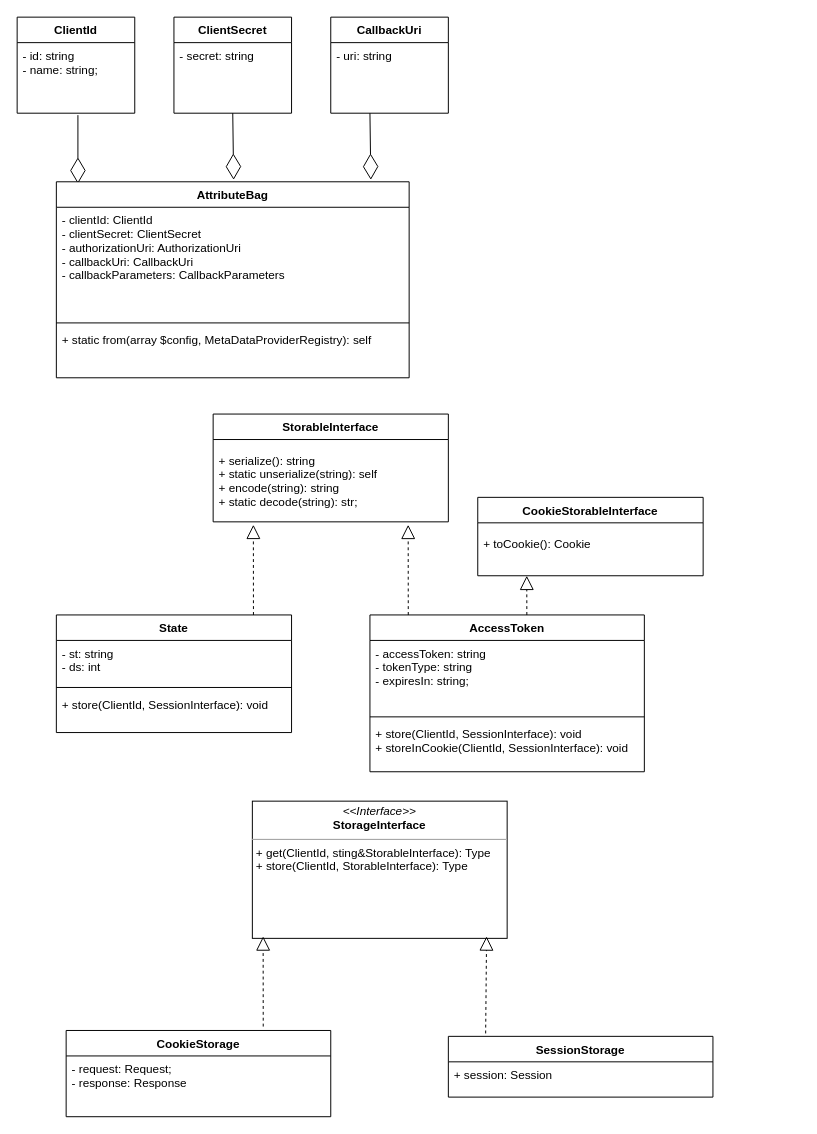
andrzej-pakula/oauth-api-connector-bundle keeps this draw.io diagram as page "attributes" (3 of 4) of oauth.drawio. Above is the earlier version. Source tidied: cells renumbered, new cells numbered last; positions are measured from the earlier drawing's top-left corner, leaving out a move shared by most shapes. Both pictures are drawn from the tidied source at 98%, with x=0, y=0 at pixel (17, 17).
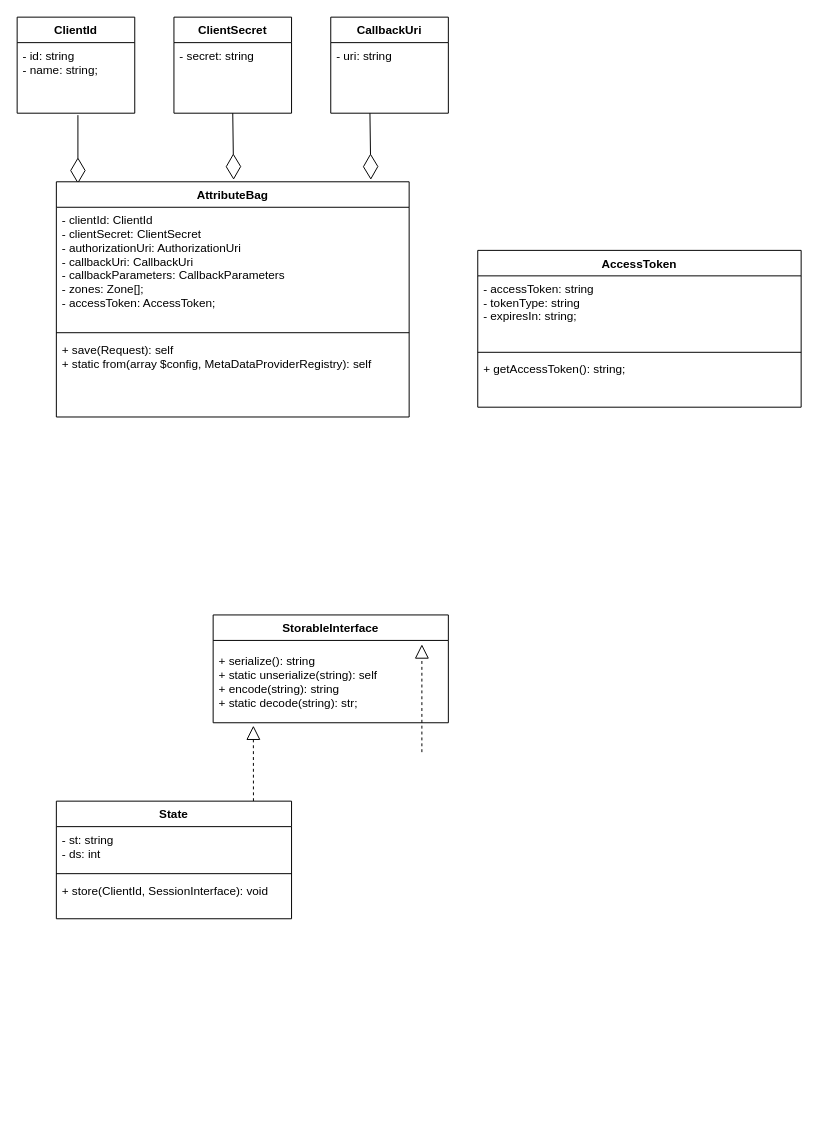
The same page after the edit.

The edit, as a diff of the source:
```diff
@@
     <mxCell id="15" value="AttributeBag" style="swimlane;fontStyle=1;align=center;verticalAlign=top;horizontal=1;startSize=26;strokeColor=#000000;" parent="1" vertex="1">
-      <mxGeometry x="40" y="168" width="360" height="200" as="geometry" />
+      <mxGeometry x="40" y="168" width="360" height="240" as="geometry" />
     </mxCell>
-    <mxCell id="16" value="- clientId: ClientId&#10;- clientSecret: ClientSecret&#10;- authorizationUri: AuthorizationUri&#10;- callbackUri: CallbackUri&#10;- callbackParameters: CallbackParameters&#10;" style="text;strokeColor=none;fillColor=none;align=left;verticalAlign=top;spacingLeft=4;spacingRight=4;overflow=hidden;" parent="15" vertex="1">
-      <mxGeometry y="26" width="360" height="114" as="geometry" />
+    <mxCell id="16" value="- clientId: ClientId&#10;- clientSecret: ClientSecret&#10;- authorizationUri: AuthorizationUri&#10;- callbackUri: CallbackUri&#10;- callbackParameters: CallbackParameters&#10;- zones: Zone[];&#10;- accessToken: AccessToken;" style="text;strokeColor=none;fillColor=none;align=left;verticalAlign=top;spacingLeft=4;spacingRight=4;overflow=hidden;" parent="15" vertex="1">
+      <mxGeometry y="26" width="360" height="124" as="geometry" />
     </mxCell>
     <mxCell id="17" style="line;strokeWidth=1;fillColor=none;align=left;verticalAlign=middle;spacingTop=-1;spacingLeft=3;spacingRight=3;labelPosition=right;" parent="15" vertex="1">
-      <mxGeometry y="140" width="360" height="8" as="geometry" />
+      <mxGeometry y="150" width="360" height="8" as="geometry" />
     </mxCell>
-    <mxCell id="18" value="+ static from(array $config, MetaDataProviderRegistry): self" style="text;strokeColor=none;fillColor=none;align=left;verticalAlign=top;spacingLeft=4;spacingRight=4;overflow=hidden;" parent="15" vertex="1">
-      <mxGeometry y="148" width="360" height="52" as="geometry" />
+    <mxCell id="18" value="+ save(Request): self&#10;+ static from(array $config, MetaDataProviderRegistry): self" style="text;strokeColor=none;fillColor=none;align=left;verticalAlign=top;spacingLeft=4;spacingRight=4;overflow=hidden;" parent="15" vertex="1">
+      <mxGeometry y="158" width="360" height="82" as="geometry" />
     </mxCell>
     <mxCell id="19" value="AccessToken" style="swimlane;fontStyle=1;align=center;verticalAlign=top;horizontal=1;startSize=26;" parent="1" vertex="1">
-      <mxGeometry x="360" y="610" width="280" height="160" as="geometry" />
+      <mxGeometry x="470" y="238" width="330" height="160" as="geometry" />
     </mxCell>
-    <mxCell id="20" value="- accessToken: string&#10;- tokenType: string&#10;- expiresIn: string;" style="text;strokeColor=none;fillColor=none;align=left;verticalAlign=top;spacingLeft=4;spacingRight=4;overflow=hidden;" parent="19" vertex="1">
-      <mxGeometry y="26" width="280" height="74" as="geometry" />
+    <mxCell id="20" value="- accessToken: string&#10;- tokenType: string&#10;- expiresIn: string;&#10;" style="text;strokeColor=none;fillColor=none;align=left;verticalAlign=top;spacingLeft=4;spacingRight=4;overflow=hidden;" parent="19" vertex="1">
+      <mxGeometry y="26" width="330" height="74" as="geometry" />
     </mxCell>
     <mxCell id="21" style="line;strokeWidth=1;fillColor=none;align=left;verticalAlign=middle;spacingTop=-1;spacingLeft=3;spacingRight=3;labelPosition=right;" parent="19" vertex="1">
-      <mxGeometry y="100" width="280" height="8" as="geometry" />
+      <mxGeometry y="100" width="330" height="8" as="geometry" />
     </mxCell>
-    <mxCell id="22" value="+ store(ClientId, SessionInterface): void&#10;+ storeInCookie(ClientId, SessionInterface): void" style="text;strokeColor=none;fillColor=none;align=left;verticalAlign=top;spacingLeft=4;spacingRight=4;overflow=hidden;" parent="19" vertex="1">
-      <mxGeometry y="108" width="280" height="52" as="geometry" />
+    <mxCell id="22" value="+ getAccessToken(): string;&#10;" style="text;strokeColor=none;fillColor=none;align=left;verticalAlign=top;spacingLeft=4;spacingRight=4;overflow=hidden;" parent="19" vertex="1">
+      <mxGeometry y="108" width="330" height="52" as="geometry" />
     </mxCell>
     <mxCell id="23" value="State" style="swimlane;fontStyle=1;align=center;verticalAlign=top;horizontal=1;startSize=26;" parent="1" vertex="1">
-      <mxGeometry x="40" y="610" width="240" height="120" as="geometry" />
+      <mxGeometry x="40" y="800" width="240" height="120" as="geometry" />
     </mxCell>
@@
     <mxCell id="27" value="StorableInterface" style="swimlane;fontStyle=1;align=center;verticalAlign=top;horizontal=1;startSize=26;" parent="1" vertex="1">
-      <mxGeometry x="200" y="405" width="240" height="110" as="geometry" />
+      <mxGeometry x="200" y="610" width="240" height="110" as="geometry" />
     </mxCell>
@@
-    <mxCell id="30" style="endArrow=block;dashed=1;endFill=0;endSize=12;html=1;exitX=0.838;exitY=0;exitDx=0;exitDy=0;exitPerimeter=0;entryX=0.171;entryY=1.039;entryDx=0;entryDy=0;entryPerimeter=0;" parent="1" edge="1">
+    <mxCell id="30" style="endArrow=block;dashed=1;endFill=0;endSize=12;html=1;entryX=0.171;entryY=1.039;entryDx=0;entryDy=0;entryPerimeter=0;" parent="1" edge="1">
       <mxGeometry relative="1" as="geometry">
-        <mxPoint x="399.1" y="610" as="sourcePoint" />
-        <mxPoint x="399" y="518" as="targetPoint" />
+        <mxPoint x="413" y="750" as="sourcePoint" />
+        <mxPoint x="413" y="640" as="targetPoint" />
       </mxGeometry>
     </mxCell>
-    <mxCell id="31" style="endArrow=block;dashed=1;endFill=0;endSize=12;html=1;exitX=0.838;exitY=0;exitDx=0;exitDy=0;exitPerimeter=0;" parent="1" edge="1">
-      <mxGeometry relative="1" as="geometry">
-        <mxPoint x="520.1" y="610" as="sourcePoint" />
-        <mxPoint x="520" y="570" as="targetPoint" />
-      </mxGeometry>
-    </mxCell>
-    <mxCell id="32" value="CookieStorableInterface" style="swimlane;fontStyle=1;align=center;verticalAlign=top;horizontal=1;startSize=26;" parent="1" vertex="1">
-      <mxGeometry x="470" y="490" width="230" height="80" as="geometry" />
-    </mxCell>
-    <mxCell id="33" style="line;strokeWidth=1;fillColor=none;align=left;verticalAlign=middle;spacingTop=-1;spacingLeft=3;spacingRight=3;labelPosition=right;strokeColor=none;" parent="32" vertex="1">
-      <mxGeometry y="26" width="230" height="8" as="geometry" />
-    </mxCell>
-    <mxCell id="34" value="+ toCookie(): Cookie&#10;" style="text;strokeColor=none;fillColor=none;align=left;verticalAlign=top;spacingLeft=4;spacingRight=4;overflow=hidden;" parent="32" vertex="1">
-      <mxGeometry y="34" width="230" height="46" as="geometry" />
-    </mxCell>
-    <mxCell id="35" value="&lt;p style=&quot;margin: 0px ; margin-top: 4px ; text-align: center&quot;&gt;&lt;i&gt;&amp;lt;&amp;lt;Interface&amp;gt;&amp;gt;&lt;/i&gt;&lt;br&gt;&lt;b&gt;StorageInterface&lt;/b&gt;&lt;/p&gt;&lt;hr size=&quot;1&quot;&gt;&lt;p style=&quot;margin: 0px ; margin-left: 4px&quot;&gt;&lt;/p&gt;&lt;p style=&quot;margin: 0px ; margin-left: 4px&quot;&gt;+ get(ClientId, sting&amp;amp;StorableInterface): Type&lt;br&gt;+ store(ClientId, StorableInterface): Type&lt;/p&gt;" style="verticalAlign=top;align=left;overflow=fill;fontSize=12;fontFamily=Helvetica;html=1;strokeColor=#000000;" parent="1" vertex="1">
-      <mxGeometry x="240" y="800" width="260" height="140" as="geometry" />
-    </mxCell>
-    <mxCell id="36" value="CookieStorage" style="swimlane;fontStyle=1;align=center;verticalAlign=top;horizontal=1;startSize=26;" parent="1" vertex="1">
-      <mxGeometry x="50" y="1034" width="270" height="88" as="geometry" />
-    </mxCell>
-    <mxCell id="37" value="- request: Request;&#10;- response: Response" style="text;strokeColor=none;fillColor=none;align=left;verticalAlign=top;spacingLeft=4;spacingRight=4;overflow=hidden;" parent="36" vertex="1">
-      <mxGeometry y="26" width="270" height="54" as="geometry" />
-    </mxCell>
-    <mxCell id="38" style="line;strokeWidth=1;fillColor=none;align=left;verticalAlign=middle;spacingTop=-1;spacingLeft=3;spacingRight=3;labelPosition=right;strokeColor=none;" parent="36" vertex="1">
-      <mxGeometry y="80" width="270" height="8" as="geometry" />
-    </mxCell>
-    <mxCell id="39" style="endArrow=block;dashed=1;endFill=0;endSize=12;html=1;exitX=0.838;exitY=0;exitDx=0;exitDy=0;exitPerimeter=0;entryX=0.171;entryY=1.039;entryDx=0;entryDy=0;entryPerimeter=0;" parent="1" edge="1">
-      <mxGeometry relative="1" as="geometry">
-        <mxPoint x="251.1" y="1030" as="sourcePoint" />
-        <mxPoint x="251" y="938" as="targetPoint" />
-      </mxGeometry>
-    </mxCell>
-    <mxCell id="40" style="endArrow=block;dashed=1;endFill=0;endSize=12;html=1;exitX=0.141;exitY=-0.048;exitDx=0;exitDy=0;exitPerimeter=0;entryX=0.171;entryY=1.039;entryDx=0;entryDy=0;entryPerimeter=0;" parent="1" edge="1" source="41">
-      <mxGeometry relative="1" as="geometry">
-        <mxPoint x="479" y="938" as="targetPoint" />
-      </mxGeometry>
-    </mxCell>
-    <mxCell id="41" value="SessionStorage" style="swimlane;fontStyle=1;align=center;verticalAlign=top;horizontal=1;startSize=26;" parent="1" vertex="1">
-      <mxGeometry x="440" y="1040" width="270" height="62" as="geometry" />
-    </mxCell>
-    <mxCell id="42" value="+ session: Session" style="text;strokeColor=none;fillColor=none;align=left;verticalAlign=top;spacingLeft=4;spacingRight=4;overflow=hidden;" parent="41" vertex="1">
-      <mxGeometry y="26" width="270" height="26" as="geometry" />
-    </mxCell>
-    <mxCell id="43" style="line;strokeWidth=1;fillColor=none;align=left;verticalAlign=middle;spacingTop=-1;spacingLeft=3;spacingRight=3;labelPosition=right;strokeColor=none;" parent="41" vertex="1">
-      <mxGeometry y="52" width="270" height="10" as="geometry" />
-    </mxCell>
```
